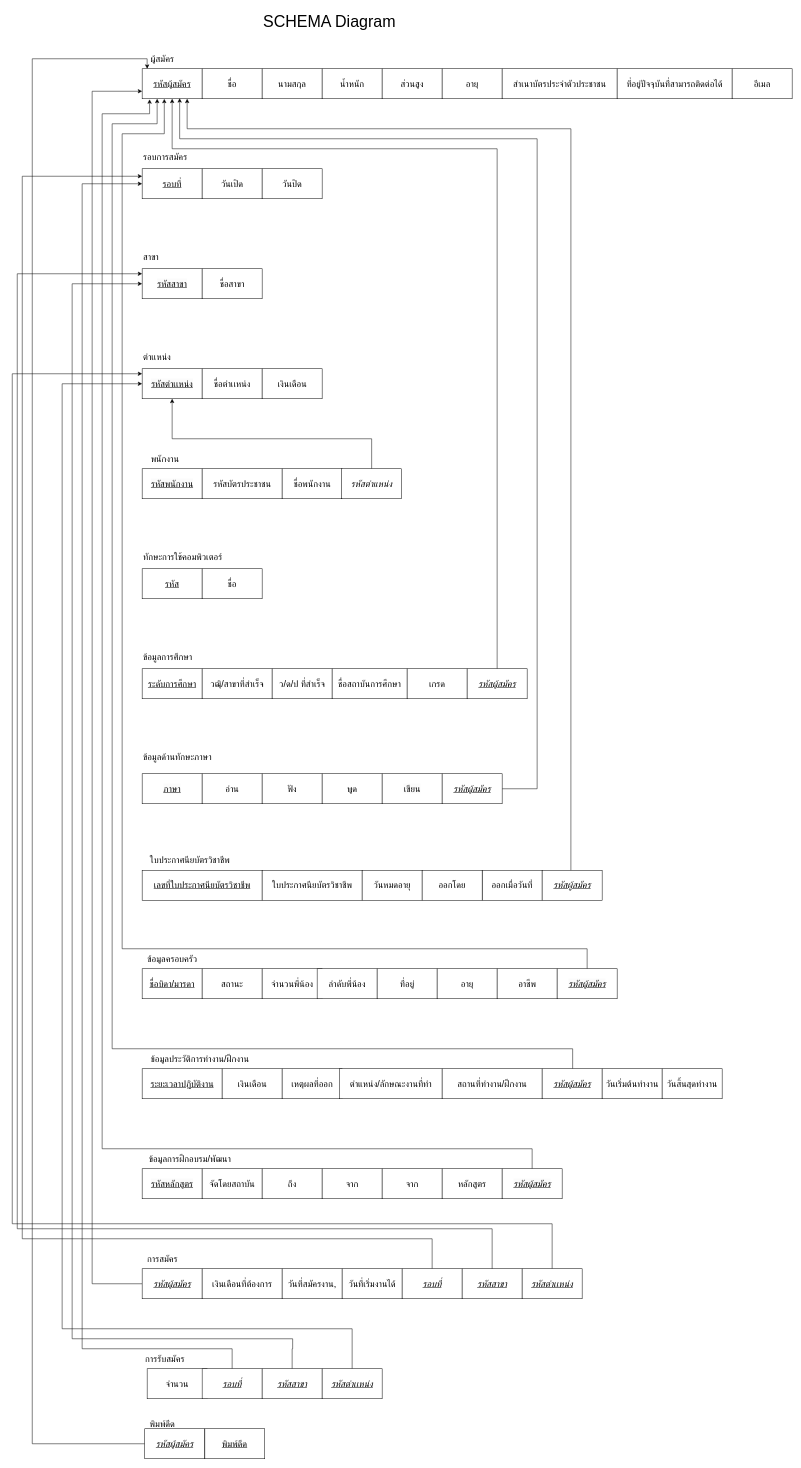
Before: page "Page-6" (6 of 6) of YZ.drawio in Exises/RandomSalt, a draw.io diagram. Source tidied: cells renumbered, new cells numbered last; positions are measured from the earlier drawing's top-left corner, leaving out a move shared by most shapes. Both pictures are drawn from the tidied source at 50%, with x=0, y=0 at pixel (12, 8).
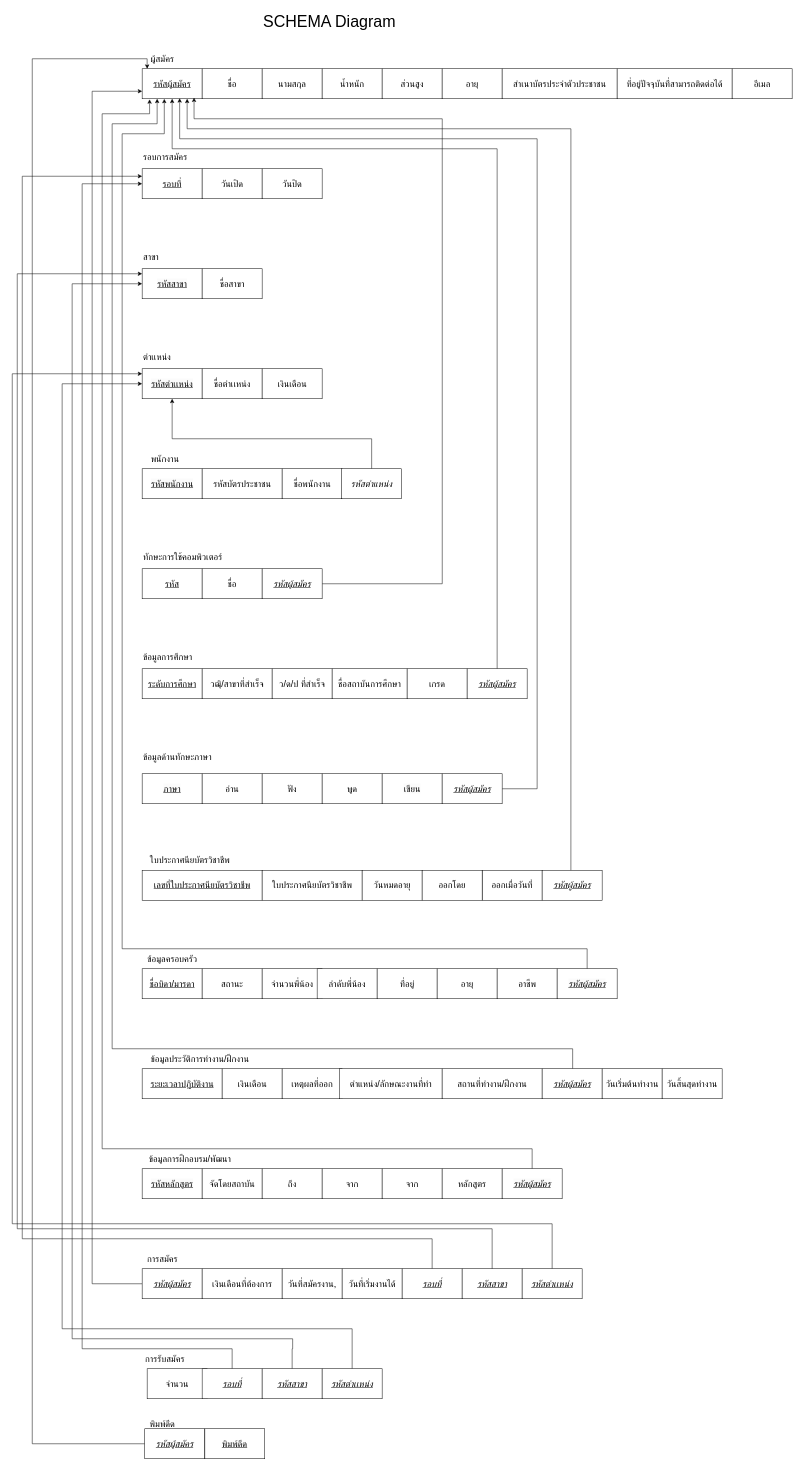
After the change.

The change refers to these unchanged cells:
```xml
<mxCell id="5" value="&lt;u style=&quot;color: light-dark(rgb(0, 0, 0), rgb(255, 255, 255)); font-size: 18px; text-align: left; text-wrap-mode: nowrap; background-color: transparent;&quot;&gt;รหัสผู้สมัคร&lt;/u&gt;" style="rounded=0;whiteSpace=wrap;html=1;" parent="1" vertex="1">
  <mxGeometry x="259.8" y="120" width="120" height="60" as="geometry" />
</mxCell>
```

Change to the diagram source:
```diff
@@
+    <mxCell id="111" style="edgeStyle=orthogonalEdgeStyle;rounded=0;jettySize=auto;html=1;entryX=0.865;entryY=0.963;entryDx=0;entryDy=0;entryPerimeter=0;" parent="1" edge="1" source="112" target="5">
+      <mxGeometry relative="1" as="geometry">
+        <Array as="points">
+          <mxPoint x="860" y="1150" />
+          <mxPoint x="860" y="220" />
+          <mxPoint x="364" y="220" />
+        </Array>
+      </mxGeometry>
+    </mxCell>
+    <mxCell id="112" value="&lt;i style=&quot;font-size: 18px;&quot;&gt;&lt;u&gt;รหัสผู้สมัคร&lt;/u&gt;&lt;/i&gt;" style="rounded=0;whiteSpace=wrap;html=1;" parent="1" vertex="1">
+      <mxGeometry x="499.8" y="1120" width="120" height="60" as="geometry" />
+    </mxCell>
```
